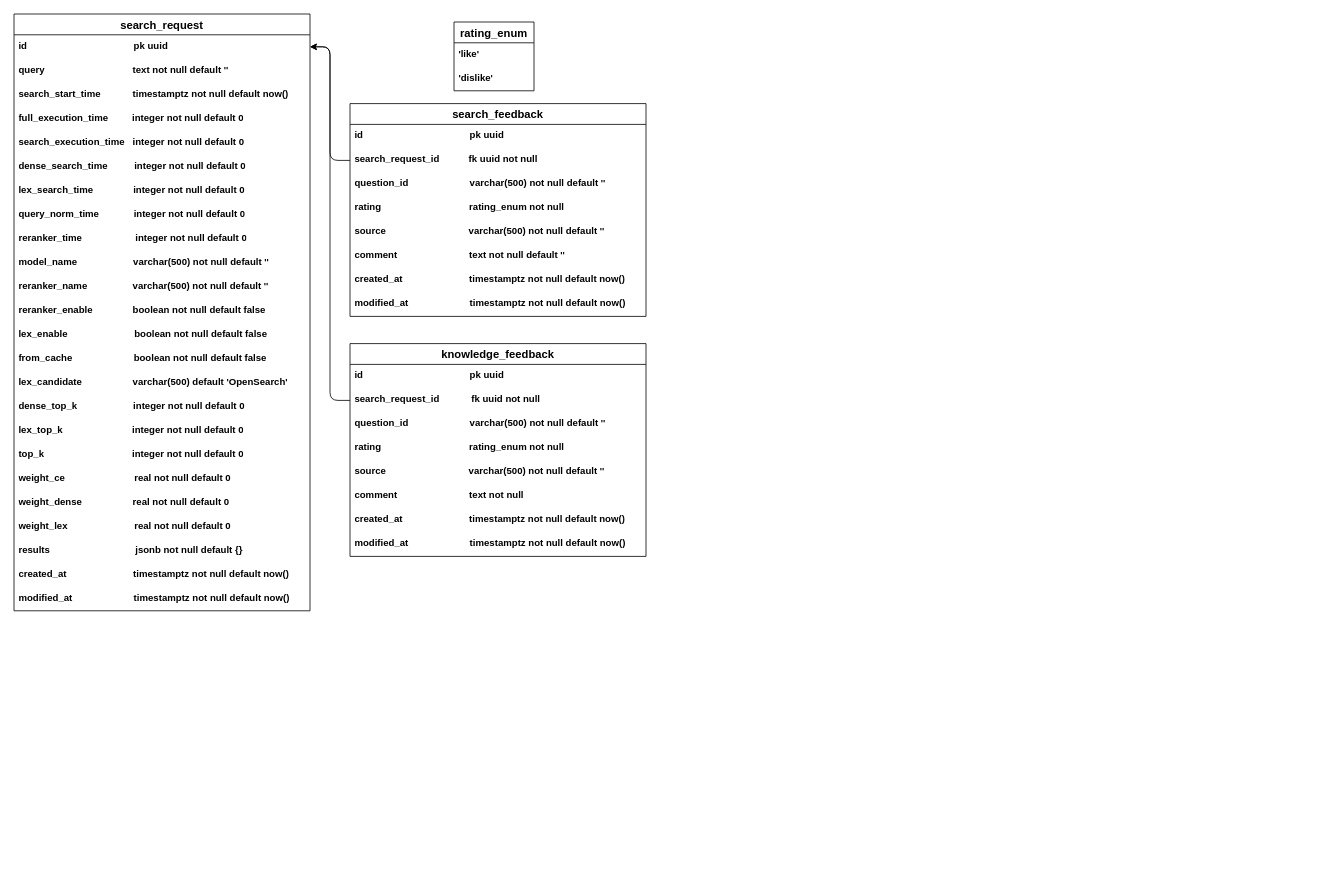
devmethod-vlad/aisearch keeps this draw.io diagram as info/db/db_prototype.drawio. Above is the earlier version. Source tidied: cells renumbered, new cells numbered last; positions are measured from the earlier drawing's top-left corner, leaving out a move shared by most shapes. Both pictures are drawn from the tidied source at 80%, with x=0, y=0 at pixel (14, 14).
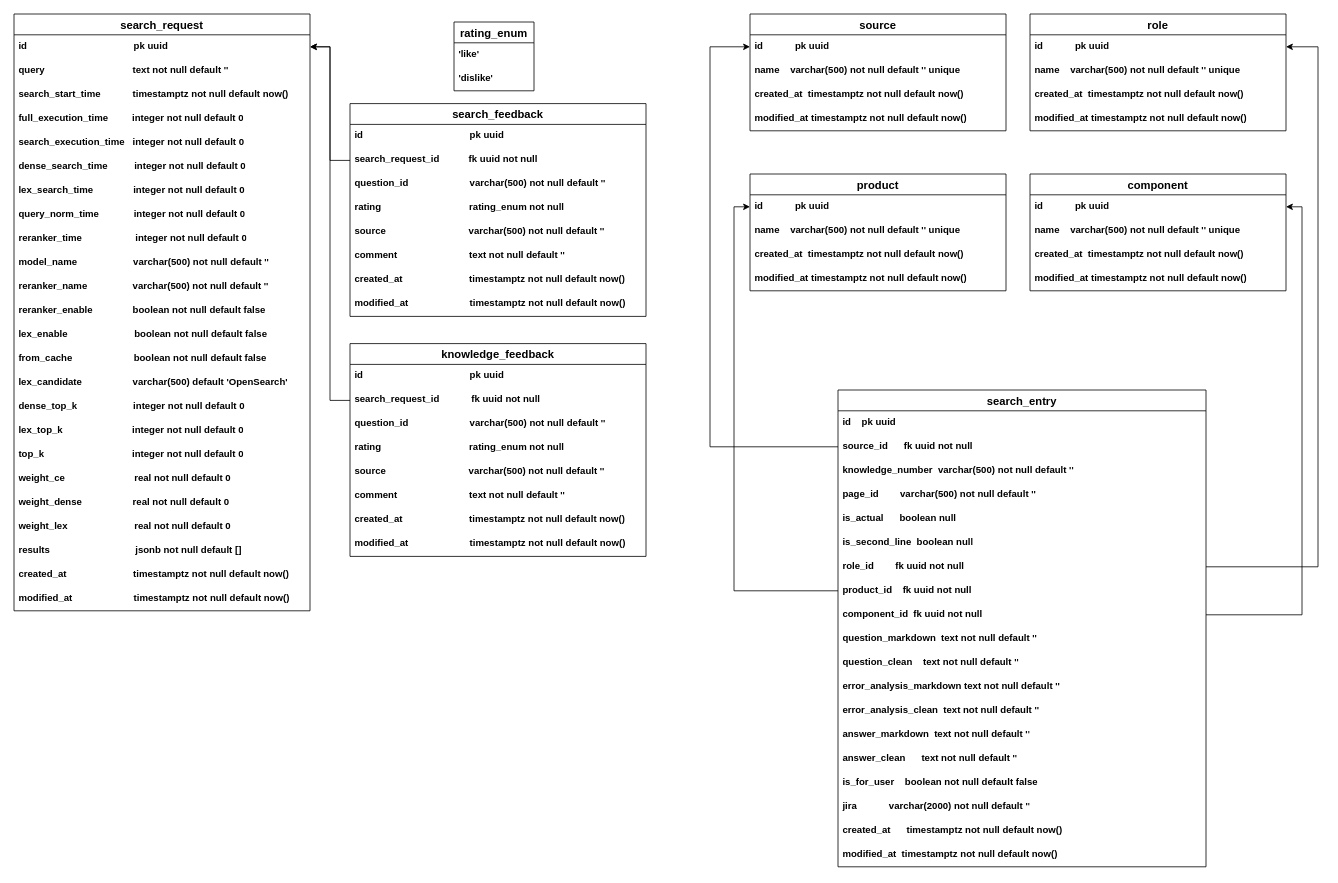
Above is the later version.

The change refers to these unchanged cells:
```xml
<mxCell id="2" value="search_request" style="swimlane;fontStyle=1;horizontal=1;startSize=26;align=center;fontSize=14;" parent="1" vertex="1">
  <mxGeometry width="370" height="746" as="geometry" />
</mxCell>
<mxCell id="3" value="id&amp;nbsp; &amp;nbsp; &amp;nbsp; &amp;nbsp; &amp;nbsp; &amp;nbsp; &amp;nbsp; &amp;nbsp; &amp;nbsp; &amp;nbsp; &amp;nbsp; &amp;nbsp; &amp;nbsp; &amp;nbsp; &amp;nbsp; &amp;nbsp; &amp;nbsp; &amp;nbsp; &amp;nbsp; &amp;nbsp; pk uuid" style="text;strokeColor=none;fillColor=none;spacingLeft=4;spacingRight=4;overflow=hidden;points=[[0,0.5],[1,0.5]];portConstraint=eastwest;fontSize=12;whiteSpace=wrap;html=1;fontStyle=1;" parent="2" vertex="1">
  <mxGeometry y="26" width="370" height="30" as="geometry" />
</mxCell>
<mxCell id="29" value="search_request_id&amp;nbsp; &amp;nbsp; &amp;nbsp; &amp;nbsp; &amp;nbsp; &amp;nbsp;fk uuid not null" style="text;strokeColor=none;fillColor=none;spacingLeft=4;spacingRight=4;overflow=hidden;points=[[0,0.5],[1,0.5]];portConstraint=eastwest;fontSize=12;whiteSpace=wrap;html=1;fontStyle=1;" parent="27" vertex="1">
  <mxGeometry y="56" width="370" height="30" as="geometry" />
</mxCell>
<mxCell id="39" value="knowledge_feedback" style="swimlane;fontStyle=1;horizontal=1;startSize=26;align=center;fontSize=14;" parent="1" vertex="1">
  <mxGeometry x="420" y="412" width="370" height="266" as="geometry" />
</mxCell>
<mxCell id="41" value="search_request_id&amp;nbsp; &amp;nbsp; &amp;nbsp; &amp;nbsp; &amp;nbsp; &amp;nbsp; fk uuid not null" style="text;strokeColor=none;fillColor=none;spacingLeft=4;spacingRight=4;overflow=hidden;points=[[0,0.5],[1,0.5]];portConstraint=eastwest;fontSize=12;whiteSpace=wrap;html=1;fontStyle=1;" parent="39" vertex="1">
  <mxGeometry y="56" width="370" height="30" as="geometry" />
</mxCell>
```

Diff of the diagram source:
```diff
@@
-    <mxCell id="24" value="results&amp;nbsp; &amp;nbsp; &amp;nbsp; &amp;nbsp; &amp;nbsp; &amp;nbsp; &amp;nbsp; &amp;nbsp; &amp;nbsp; &amp;nbsp; &amp;nbsp; &amp;nbsp; &amp;nbsp; &amp;nbsp; &amp;nbsp; &amp;nbsp; jsonb not null default {}&amp;nbsp; &amp;nbsp; &amp;nbsp; &amp;nbsp; &amp;nbsp; &amp;nbsp;&amp;nbsp;" style="text;strokeColor=none;fillColor=none;spacingLeft=4;spacingRight=4;overflow=hidden;fontSize=12;whiteSpace=wrap;html=1;fontStyle=1;" parent="2" vertex="1">
+    <mxCell id="24" value="results&amp;nbsp; &amp;nbsp; &amp;nbsp; &amp;nbsp; &amp;nbsp; &amp;nbsp; &amp;nbsp; &amp;nbsp; &amp;nbsp; &amp;nbsp; &amp;nbsp; &amp;nbsp; &amp;nbsp; &amp;nbsp; &amp;nbsp; &amp;nbsp; jsonb not null default []" style="text;strokeColor=none;fillColor=none;spacingLeft=4;spacingRight=4;overflow=hidden;fontSize=12;whiteSpace=wrap;html=1;fontStyle=1;" parent="2" vertex="1">
       <mxGeometry y="656" width="370" height="30" as="geometry" />
     </mxCell>
@@
-    <mxCell id="45" value="comment&amp;nbsp; &amp;nbsp; &amp;nbsp; &amp;nbsp; &amp;nbsp; &amp;nbsp; &amp;nbsp; &amp;nbsp; &amp;nbsp; &amp;nbsp; &amp;nbsp; &amp;nbsp; &amp;nbsp; &amp;nbsp;text not null" style="text;strokeColor=none;fillColor=none;spacingLeft=4;spacingRight=4;overflow=hidden;fontSize=12;whiteSpace=wrap;html=1;fontStyle=1;" parent="39" vertex="1">
+    <mxCell id="45" value="comment&amp;nbsp; &amp;nbsp; &amp;nbsp; &amp;nbsp; &amp;nbsp; &amp;nbsp; &amp;nbsp; &amp;nbsp; &amp;nbsp; &amp;nbsp; &amp;nbsp; &amp;nbsp; &amp;nbsp; &amp;nbsp;text not null default ''" style="text;strokeColor=none;fillColor=none;spacingLeft=4;spacingRight=4;overflow=hidden;fontSize=12;whiteSpace=wrap;html=1;fontStyle=1;" parent="39" vertex="1">
       <mxGeometry y="176" width="370" height="30" as="geometry" />
     </mxCell>
@@
-    <mxCell id="48" style="edgeStyle=orthogonalEdgeStyle;html=1;exitX=0;exitY=0.5;exitDx=0;exitDy=0;entryX=1;entryY=0.5;entryDx=0;entryDy=0;" parent="1" edge="1" source="29" target="3">
+    <mxCell id="48" style="edgeStyle=orthogonalEdgeStyle;rounded=0;jettySize=auto;html=1;" parent="1" edge="1" source="29" target="3">
       <mxGeometry relative="1" as="geometry" />
     </mxCell>
-    <mxCell id="49" style="edgeStyle=orthogonalEdgeStyle;html=1;exitX=0;exitY=0.5;exitDx=0;exitDy=0;entryX=1;entryY=0.5;entryDx=0;entryDy=0;" parent="1" edge="1" source="41" target="3">
+    <mxCell id="49" style="edgeStyle=orthogonalEdgeStyle;rounded=0;jettySize=auto;html=1;" parent="1" edge="1" source="41" target="3">
       <mxGeometry relative="1" as="geometry" />
     </mxCell>
+    <mxCell id="50" value="source" style="swimlane;fontStyle=1;horizontal=1;startSize=26;align=center;fontSize=14;" parent="1" vertex="1">
+      <mxGeometry x="920" width="320" height="146" as="geometry" />
+    </mxCell>
+    <mxCell id="51" value="id&amp;nbsp; &amp;nbsp; &amp;nbsp; &amp;nbsp; &amp;nbsp; &amp;nbsp; pk uuid" style="text;strokeColor=none;fillColor=none;spacingLeft=4;spacingRight=4;overflow=hidden;points=[[0,0.5],[1,0.5]];portConstraint=eastwest;fontSize=12;whiteSpace=wrap;html=1;fontStyle=1;" parent="50" vertex="1">
+      <mxGeometry y="26" width="320" height="30" as="geometry" />
+    </mxCell>
+    <mxCell id="52" value="name&amp;nbsp; &amp;nbsp; varchar(500) not null default '' unique" style="text;strokeColor=none;fillColor=none;spacingLeft=4;spacingRight=4;overflow=hidden;fontSize=12;whiteSpace=wrap;html=1;fontStyle=1;" parent="50" vertex="1">
+      <mxGeometry y="56" width="320" height="30" as="geometry" />
+    </mxCell>
+    <mxCell id="53" value="created_at&amp;nbsp; timestamptz not null default now()" style="text;strokeColor=none;fillColor=none;spacingLeft=4;spacingRight=4;overflow=hidden;fontSize=12;whiteSpace=wrap;html=1;fontStyle=1;" parent="50" vertex="1">
+      <mxGeometry y="86" width="320" height="30" as="geometry" />
+    </mxCell>
+    <mxCell id="54" value="modified_at timestamptz not null default now()" style="text;strokeColor=none;fillColor=none;spacingLeft=4;spacingRight=4;overflow=hidden;fontSize=12;whiteSpace=wrap;html=1;fontStyle=1;" parent="50" vertex="1">
+      <mxGeometry y="116" width="320" height="30" as="geometry" />
+    </mxCell>
+    <mxCell id="55" value="role" style="swimlane;fontStyle=1;horizontal=1;startSize=26;align=center;fontSize=14;" parent="1" vertex="1">
+      <mxGeometry x="1270" width="320" height="146" as="geometry" />
+    </mxCell>
+    <mxCell id="56" value="id&amp;nbsp; &amp;nbsp; &amp;nbsp; &amp;nbsp; &amp;nbsp; &amp;nbsp; pk uuid" style="text;strokeColor=none;fillColor=none;spacingLeft=4;spacingRight=4;overflow=hidden;points=[[0,0.5],[1,0.5]];portConstraint=eastwest;fontSize=12;whiteSpace=wrap;html=1;fontStyle=1;" parent="55" vertex="1">
+      <mxGeometry y="26" width="320" height="30" as="geometry" />
+    </mxCell>
+    <mxCell id="57" value="name&amp;nbsp; &amp;nbsp; varchar(500) not null default '' unique" style="text;strokeColor=none;fillColor=none;spacingLeft=4;spacingRight=4;overflow=hidden;fontSize=12;whiteSpace=wrap;html=1;fontStyle=1;" parent="55" vertex="1">
+      <mxGeometry y="56" width="320" height="30" as="geometry" />
+    </mxCell>
+    <mxCell id="58" value="created_at&amp;nbsp; timestamptz not null default now()" style="text;strokeColor=none;fillColor=none;spacingLeft=4;spacingRight=4;overflow=hidden;fontSize=12;whiteSpace=wrap;html=1;fontStyle=1;" parent="55" vertex="1">
+      <mxGeometry y="86" width="320" height="30" as="geometry" />
+    </mxCell>
+    <mxCell id="59" value="modified_at timestamptz not null default now()" style="text;strokeColor=none;fillColor=none;spacingLeft=4;spacingRight=4;overflow=hidden;fontSize=12;whiteSpace=wrap;html=1;fontStyle=1;" parent="55" vertex="1">
+      <mxGeometry y="116" width="320" height="30" as="geometry" />
+    </mxCell>
+    <mxCell id="60" value="product" style="swimlane;fontStyle=1;horizontal=1;startSize=26;align=center;fontSize=14;" parent="1" vertex="1">
+      <mxGeometry x="920" y="200" width="320" height="146" as="geometry" />
+    </mxCell>
+    <mxCell id="61" value="id&amp;nbsp; &amp;nbsp; &amp;nbsp; &amp;nbsp; &amp;nbsp; &amp;nbsp; pk uuid" style="text;strokeColor=none;fillColor=none;spacingLeft=4;spacingRight=4;overflow=hidden;points=[[0,0.5],[1,0.5]];portConstraint=eastwest;fontSize=12;whiteSpace=wrap;html=1;fontStyle=1;" parent="60" vertex="1">
+      <mxGeometry y="26" width="320" height="30" as="geometry" />
+    </mxCell>
+    <mxCell id="62" value="name&amp;nbsp; &amp;nbsp; varchar(500) not null default '' unique" style="text;strokeColor=none;fillColor=none;spacingLeft=4;spacingRight=4;overflow=hidden;fontSize=12;whiteSpace=wrap;html=1;fontStyle=1;" parent="60" vertex="1">
+      <mxGeometry y="56" width="320" height="30" as="geometry" />
+    </mxCell>
+    <mxCell id="63" value="created_at&amp;nbsp; timestamptz not null default now()" style="text;strokeColor=none;fillColor=none;spacingLeft=4;spacingRight=4;overflow=hidden;fontSize=12;whiteSpace=wrap;html=1;fontStyle=1;" parent="60" vertex="1">
+      <mxGeometry y="86" width="320" height="30" as="geometry" />
+    </mxCell>
+    <mxCell id="64" value="modified_at timestamptz not null default now()" style="text;strokeColor=none;fillColor=none;spacingLeft=4;spacingRight=4;overflow=hidden;fontSize=12;whiteSpace=wrap;html=1;fontStyle=1;" parent="60" vertex="1">
+      <mxGeometry y="116" width="320" height="30" as="geometry" />
+    </mxCell>
+    <mxCell id="65" value="component" style="swimlane;fontStyle=1;horizontal=1;startSize=26;align=center;fontSize=14;" parent="1" vertex="1">
+      <mxGeometry x="1270" y="200" width="320" height="146" as="geometry" />
+    </mxCell>
+    <mxCell id="66" value="id&amp;nbsp; &amp;nbsp; &amp;nbsp; &amp;nbsp; &amp;nbsp; &amp;nbsp; pk uuid" style="text;strokeColor=none;fillColor=none;spacingLeft=4;spacingRight=4;overflow=hidden;points=[[0,0.5],[1,0.5]];portConstraint=eastwest;fontSize=12;whiteSpace=wrap;html=1;fontStyle=1;" parent="65" vertex="1">
+      <mxGeometry y="26" width="320" height="30" as="geometry" />
+    </mxCell>
+    <mxCell id="67" value="name&amp;nbsp; &amp;nbsp; varchar(500) not null default '' unique" style="text;strokeColor=none;fillColor=none;spacingLeft=4;spacingRight=4;overflow=hidden;fontSize=12;whiteSpace=wrap;html=1;fontStyle=1;" parent="65" vertex="1">
+      <mxGeometry y="56" width="320" height="30" as="geometry" />
+    </mxCell>
+    <mxCell id="68" value="created_at&amp;nbsp; timestamptz not null default now()" style="text;strokeColor=none;fillColor=none;spacingLeft=4;spacingRight=4;overflow=hidden;fontSize=12;whiteSpace=wrap;html=1;fontStyle=1;" parent="65" vertex="1">
+      <mxGeometry y="86" width="320" height="30" as="geometry" />
+    </mxCell>
+    <mxCell id="69" value="modified_at timestamptz not null default now()" style="text;strokeColor=none;fillColor=none;spacingLeft=4;spacingRight=4;overflow=hidden;fontSize=12;whiteSpace=wrap;html=1;fontStyle=1;" parent="65" vertex="1">
+      <mxGeometry y="116" width="320" height="30" as="geometry" />
+    </mxCell>
+    <mxCell id="70" value="search_entry" style="swimlane;fontStyle=1;horizontal=1;startSize=26;align=center;fontSize=14;" parent="1" vertex="1">
+      <mxGeometry x="1030" y="470" width="460" height="596" as="geometry" />
+    </mxCell>
+    <mxCell id="71" value="id&amp;nbsp; &amp;nbsp; pk uuid" style="text;strokeColor=none;fillColor=none;spacingLeft=4;spacingRight=4;overflow=hidden;fontSize=12;whiteSpace=wrap;html=1;fontStyle=1;" parent="70" vertex="1">
+      <mxGeometry y="26" width="460" height="30" as="geometry" />
+    </mxCell>
+    <mxCell id="72" value="source_id&amp;nbsp; &amp;nbsp; &amp;nbsp; fk uuid not null" style="text;strokeColor=none;fillColor=none;spacingLeft=4;spacingRight=4;overflow=hidden;points=[[0,0.5],[1,0.5]];portConstraint=eastwest;fontSize=12;whiteSpace=wrap;html=1;fontStyle=1;" parent="70" vertex="1">
+      <mxGeometry y="56" width="460" height="30" as="geometry" />
+    </mxCell>
+    <mxCell id="73" value="knowledge_number&amp;nbsp; varchar(500) not null default ''" style="text;strokeColor=none;fillColor=none;spacingLeft=4;spacingRight=4;overflow=hidden;fontSize=12;whiteSpace=wrap;html=1;fontStyle=1;" parent="70" vertex="1">
+      <mxGeometry y="86" width="460" height="30" as="geometry" />
+    </mxCell>
+    <mxCell id="74" value="page_id&amp;nbsp; &amp;nbsp; &amp;nbsp; &amp;nbsp; varchar(500) not null default ''" style="text;strokeColor=none;fillColor=none;spacingLeft=4;spacingRight=4;overflow=hidden;fontSize=12;whiteSpace=wrap;html=1;fontStyle=1;" parent="70" vertex="1">
+      <mxGeometry y="116" width="460" height="30" as="geometry" />
+    </mxCell>
+    <mxCell id="75" value="is_actual&amp;nbsp; &amp;nbsp; &amp;nbsp; boolean null" style="text;strokeColor=none;fillColor=none;spacingLeft=4;spacingRight=4;overflow=hidden;fontSize=12;whiteSpace=wrap;html=1;fontStyle=1;" parent="70" vertex="1">
+      <mxGeometry y="146" width="460" height="30" as="geometry" />
+    </mxCell>
+    <mxCell id="76" value="is_second_line&amp;nbsp; boolean null" style="text;strokeColor=none;fillColor=none;spacingLeft=4;spacingRight=4;overflow=hidden;fontSize=12;whiteSpace=wrap;html=1;fontStyle=1;" parent="70" vertex="1">
+      <mxGeometry y="176" width="460" height="30" as="geometry" />
+    </mxCell>
+    <mxCell id="77" value="role_id&amp;nbsp; &amp;nbsp; &amp;nbsp; &amp;nbsp; fk uuid not null" style="text;strokeColor=none;fillColor=none;spacingLeft=4;spacingRight=4;overflow=hidden;points=[[0,0.5],[1,0.5]];portConstraint=eastwest;fontSize=12;whiteSpace=wrap;html=1;fontStyle=1;" parent="70" vertex="1">
+      <mxGeometry y="206" width="460" height="30" as="geometry" />
+    </mxCell>
+    <mxCell id="78" value="product_id&amp;nbsp; &amp;nbsp; fk uuid not null" style="text;strokeColor=none;fillColor=none;spacingLeft=4;spacingRight=4;overflow=hidden;points=[[0,0.5],[1,0.5]];portConstraint=eastwest;fontSize=12;whiteSpace=wrap;html=1;fontStyle=1;" parent="70" vertex="1">
+      <mxGeometry y="236" width="460" height="30" as="geometry" />
+    </mxCell>
+    <mxCell id="79" value="component_id&amp;nbsp; fk uuid not null" style="text;strokeColor=none;fillColor=none;spacingLeft=4;spacingRight=4;overflow=hidden;points=[[0,0.5],[1,0.5]];portConstraint=eastwest;fontSize=12;whiteSpace=wrap;html=1;fontStyle=1;" parent="70" vertex="1">
+      <mxGeometry y="266" width="460" height="30" as="geometry" />
+    </mxCell>
+    <mxCell id="80" value="question_markdown&amp;nbsp; text not null default ''" style="text;strokeColor=none;fillColor=none;spacingLeft=4;spacingRight=4;overflow=hidden;fontSize=12;whiteSpace=wrap;html=1;fontStyle=1;" parent="70" vertex="1">
+      <mxGeometry y="296" width="460" height="30" as="geometry" />
+    </mxCell>
+    <mxCell id="81" value="question_clean&amp;nbsp; &amp;nbsp; text not null default ''" style="text;strokeColor=none;fillColor=none;spacingLeft=4;spacingRight=4;overflow=hidden;fontSize=12;whiteSpace=wrap;html=1;fontStyle=1;" parent="70" vertex="1">
+      <mxGeometry y="326" width="460" height="30" as="geometry" />
+    </mxCell>
+    <mxCell id="82" value="error_analysis_markdown text not null default ''" style="text;strokeColor=none;fillColor=none;spacingLeft=4;spacingRight=4;overflow=hidden;fontSize=12;whiteSpace=wrap;html=1;fontStyle=1;" parent="70" vertex="1">
+      <mxGeometry y="356" width="460" height="30" as="geometry" />
+    </mxCell>
+    <mxCell id="83" value="error_analysis_clean&amp;nbsp; text not null default ''" style="text;strokeColor=none;fillColor=none;spacingLeft=4;spacingRight=4;overflow=hidden;fontSize=12;whiteSpace=wrap;html=1;fontStyle=1;" parent="70" vertex="1">
+      <mxGeometry y="386" width="460" height="30" as="geometry" />
+    </mxCell>
+    <mxCell id="84" value="answer_markdown&amp;nbsp; text not null default ''" style="text;strokeColor=none;fillColor=none;spacingLeft=4;spacingRight=4;overflow=hidden;fontSize=12;whiteSpace=wrap;html=1;fontStyle=1;" parent="70" vertex="1">
+      <mxGeometry y="416" width="460" height="30" as="geometry" />
+    </mxCell>
+    <mxCell id="85" value="answer_clean&amp;nbsp; &amp;nbsp; &amp;nbsp; text not null default ''" style="text;strokeColor=none;fillColor=none;spacingLeft=4;spacingRight=4;overflow=hidden;fontSize=12;whiteSpace=wrap;html=1;fontStyle=1;" parent="70" vertex="1">
+      <mxGeometry y="446" width="460" height="30" as="geometry" />
+    </mxCell>
+    <mxCell id="86" value="is_for_user&amp;nbsp; &amp;nbsp; boolean not null default false" style="text;strokeColor=none;fillColor=none;spacingLeft=4;spacingRight=4;overflow=hidden;fontSize=12;whiteSpace=wrap;html=1;fontStyle=1;" parent="70" vertex="1">
+      <mxGeometry y="476" width="460" height="30" as="geometry" />
+    </mxCell>
+    <mxCell id="87" value="jira&amp;nbsp; &amp;nbsp; &amp;nbsp; &amp;nbsp; &amp;nbsp; &amp;nbsp; varchar(2000) not null default ''" style="text;strokeColor=none;fillColor=none;spacingLeft=4;spacingRight=4;overflow=hidden;fontSize=12;whiteSpace=wrap;html=1;fontStyle=1;" parent="70" vertex="1">
+      <mxGeometry y="506" width="460" height="30" as="geometry" />
+    </mxCell>
+    <mxCell id="88" value="created_at&amp;nbsp; &amp;nbsp; &amp;nbsp; timestamptz not null default now()" style="text;strokeColor=none;fillColor=none;spacingLeft=4;spacingRight=4;overflow=hidden;fontSize=12;whiteSpace=wrap;html=1;fontStyle=1;" parent="70" vertex="1">
+      <mxGeometry y="536" width="460" height="30" as="geometry" />
+    </mxCell>
+    <mxCell id="89" value="modified_at&amp;nbsp; timestamptz not null default now()" style="text;strokeColor=none;fillColor=none;spacingLeft=4;spacingRight=4;overflow=hidden;fontSize=12;whiteSpace=wrap;html=1;fontStyle=1;" parent="70" vertex="1">
+      <mxGeometry y="566" width="460" height="30" as="geometry" />
+    </mxCell>
+    <mxCell id="90" style="edgeStyle=orthogonalEdgeStyle;rounded=0;jettySize=auto;html=1;entryX=0;entryY=0.5;entryDx=0;entryDy=0;exitX=0;exitY=0.5;exitDx=0;exitDy=0;" parent="1" edge="1" source="72" target="51">
+      <mxGeometry relative="1" as="geometry">
+        <Array as="points">
+          <mxPoint x="870" y="541" />
+          <mxPoint x="870" y="41" />
+        </Array>
+      </mxGeometry>
+    </mxCell>
+    <mxCell id="91" style="edgeStyle=orthogonalEdgeStyle;rounded=0;jettySize=auto;html=1;entryX=1;entryY=0.5;entryDx=0;entryDy=0;exitX=1;exitY=0.5;exitDx=0;exitDy=0;" parent="1" edge="1" source="77" target="56">
+      <mxGeometry relative="1" as="geometry">
+        <Array as="points">
+          <mxPoint x="1630" y="691" />
+          <mxPoint x="1630" y="41" />
+        </Array>
+      </mxGeometry>
+    </mxCell>
+    <mxCell id="92" style="edgeStyle=orthogonalEdgeStyle;rounded=0;jettySize=auto;html=1;exitX=0;exitY=0.5;exitDx=0;exitDy=0;entryX=0;entryY=0.5;entryDx=0;entryDy=0;" parent="1" edge="1" source="78" target="61">
+      <mxGeometry relative="1" as="geometry">
+        <Array as="points">
+          <mxPoint x="900" y="721" />
+          <mxPoint x="900" y="241" />
+        </Array>
+      </mxGeometry>
+    </mxCell>
+    <mxCell id="93" style="edgeStyle=orthogonalEdgeStyle;rounded=0;jettySize=auto;html=1;entryX=1;entryY=0.5;entryDx=0;entryDy=0;exitX=1;exitY=0.5;exitDx=0;exitDy=0;" parent="1" edge="1" source="79" target="66">
+      <mxGeometry relative="1" as="geometry">
+        <Array as="points">
+          <mxPoint x="1610" y="751" />
+          <mxPoint x="1610" y="241" />
+        </Array>
+      </mxGeometry>
+    </mxCell>
```
